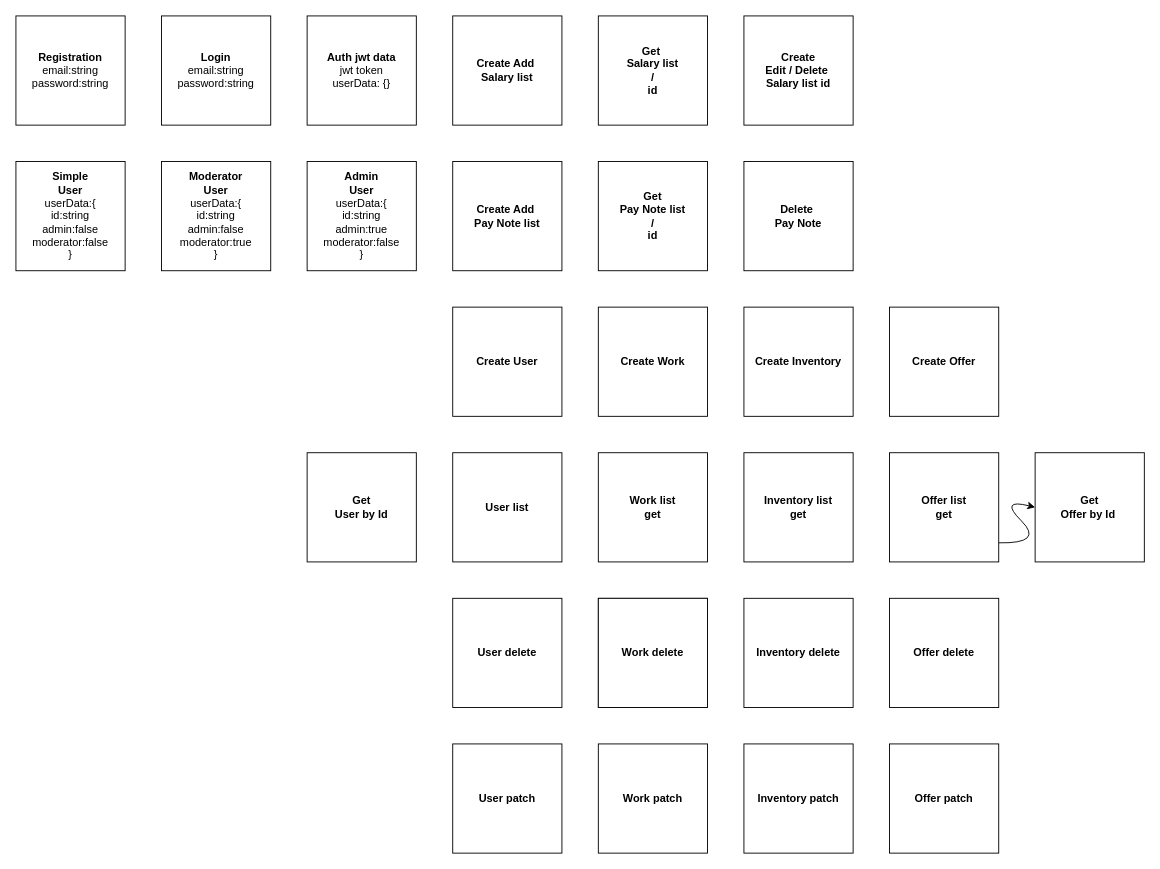
Above: Диаграмма без названия.drawio in Bazzcola/Genergy (draw.io), before the change. Source tidied: cells renumbered, new cells numbered last; positions are measured from the earlier drawing's top-left corner, leaving out a move shared by most shapes. Both pictures are drawn from the tidied source at 91%, with x=0, y=0 at pixel (15, 15).
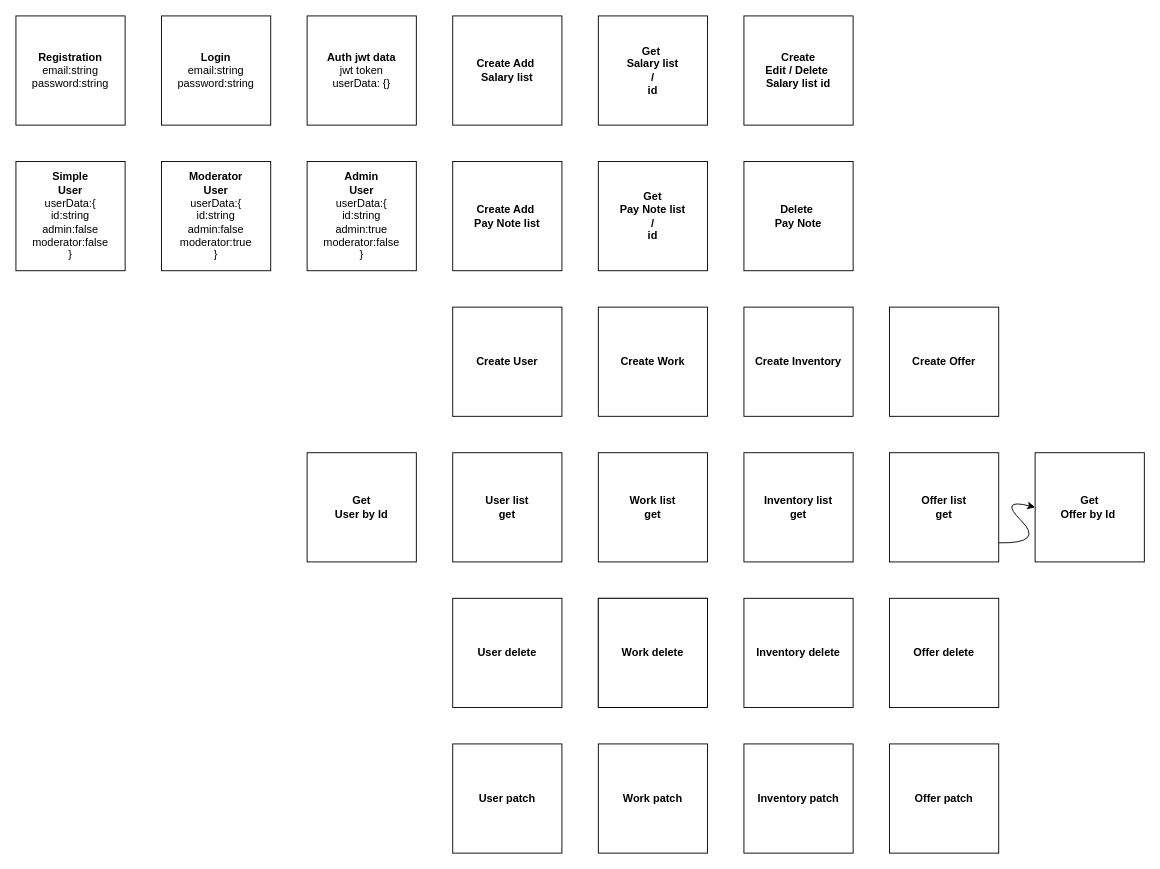
The same diagram, later.

The edit, as a diff of the source:
```diff
@@
-    <mxCell id="13" value="&lt;b&gt;User list&lt;/b&gt;" style="whiteSpace=wrap;html=1;" parent="1" vertex="1">
+    <mxCell id="13" value="&lt;b&gt;User list&lt;br&gt;get&lt;br&gt;&lt;/b&gt;" style="whiteSpace=wrap;html=1;" parent="1" vertex="1">
       <mxGeometry x="480" y="480" width="120" height="120" as="geometry" />
     </mxCell>
```
